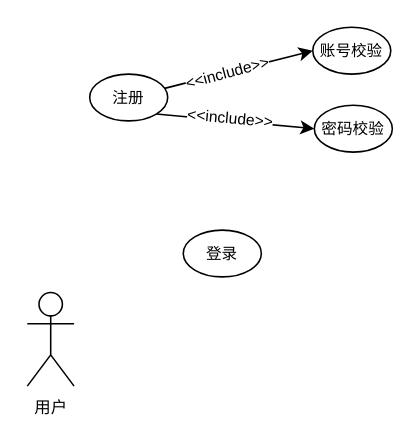
Chentx1243/draw.io keeps this draw.io diagram as 未命名绘图.drawio. Above is the earlier version. Source tidied: cells renumbered, new cells numbered last; positions are measured from the earlier drawing's top-left corner, leaving out a move shared by most shapes. Both pictures are drawn from the tidied source at 156%, with x=0, y=0 at pixel (27, 27).
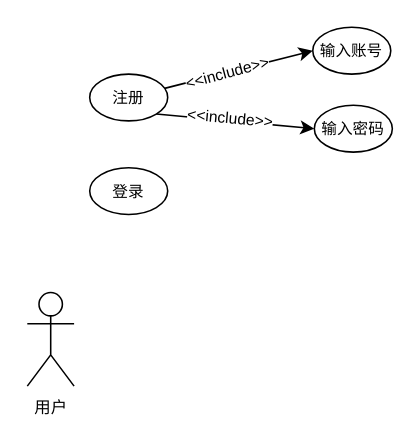
The same diagram, later.

Commit message (it also covers changes not shown here):
更新未命名绘图.drawio

Change to the diagram source:
```diff
@@
 <mxGraphModel>
   <root>
     <mxCell id="0" />
     <mxCell id="1" parent="0" />
     <mxCell id="2" value="&lt;font face=&quot;宋体&quot; style=&quot;font-size: 10.5px;&quot;&gt;用户&lt;/font&gt;" style="shape=umlActor;verticalLabelPosition=bottom;verticalAlign=top;html=1;" parent="1" vertex="1">
       <mxGeometry y="170" width="30" height="60" as="geometry" />
     </mxCell>
     <mxCell id="3" value="&lt;font face=&quot;宋体&quot; style=&quot;font-size: 10px;&quot;&gt;登录&lt;/font&gt;" style="ellipse;whiteSpace=wrap;html=1;" parent="1" vertex="1">
-      <mxGeometry x="100" y="130" width="50" height="30" as="geometry" />
+      <mxGeometry x="40" y="90" width="50" height="30" as="geometry" />
     </mxCell>
     <mxCell id="4" style="rounded=0;jettySize=auto;html=1;entryX=0;entryY=0.5;entryDx=0;entryDy=0;" parent="1" edge="1" source="8" target="9">
       <mxGeometry relative="1" as="geometry" />
     </mxCell>
     <mxCell id="5" value="&lt;font style=&quot;font-size: 10px;&quot; face=&quot;宋体&quot;&gt;&amp;lt;&amp;lt;include&amp;gt;&amp;gt;&lt;/font&gt;" style="edgeLabel;html=1;align=center;verticalAlign=middle;rotation=-15;" parent="4" vertex="1">
       <mxGeometry x="-0.18" y="1" relative="1" as="geometry">
         <mxPoint x="1" as="offset" />
       </mxGeometry>
     </mxCell>
     <mxCell id="6" style="rounded=0;jettySize=auto;html=1;exitX=1;exitY=1;exitDx=0;exitDy=0;entryX=0;entryY=0.5;entryDx=0;entryDy=0;" parent="1" edge="1" source="8" target="10">
       <mxGeometry relative="1" as="geometry" />
     </mxCell>
     <mxCell id="7" value="&lt;span style=&quot;font-family: 宋体; font-size: 10px;&quot;&gt;&amp;lt;&amp;lt;include&amp;gt;&amp;gt;&lt;/span&gt;" style="edgeLabel;html=1;align=center;verticalAlign=middle;rotation=5;" parent="6" vertex="1">
       <mxGeometry x="-0.07" y="2" relative="1" as="geometry" />
     </mxCell>
     <mxCell id="8" value="&lt;font face=&quot;宋体&quot;&gt;&lt;span style=&quot;font-size: 10px;&quot;&gt;注册&lt;/span&gt;&lt;/font&gt;" style="ellipse;whiteSpace=wrap;html=1;" parent="1" vertex="1">
       <mxGeometry x="40" y="30" width="50" height="30" as="geometry" />
     </mxCell>
-    <mxCell id="9" value="&lt;font face=&quot;宋体&quot;&gt;&lt;span style=&quot;font-size: 10px;&quot;&gt;账号校验&lt;/span&gt;&lt;/font&gt;" style="ellipse;whiteSpace=wrap;html=1;" parent="1" vertex="1">
+    <mxCell id="9" value="&lt;font face=&quot;宋体&quot;&gt;&lt;span style=&quot;font-size: 10px;&quot;&gt;输入账号&lt;/span&gt;&lt;/font&gt;" style="ellipse;whiteSpace=wrap;html=1;" parent="1" vertex="1">
       <mxGeometry x="183" width="50" height="30" as="geometry" />
     </mxCell>
-    <mxCell id="10" value="&lt;font face=&quot;宋体&quot; style=&quot;font-size: 10px;&quot;&gt;密码校验&lt;/font&gt;" style="ellipse;whiteSpace=wrap;html=1;" parent="1" vertex="1">
+    <mxCell id="10" value="&lt;font face=&quot;宋体&quot; style=&quot;font-size: 10px;&quot;&gt;输入密码&lt;/font&gt;" style="ellipse;whiteSpace=wrap;html=1;" parent="1" vertex="1">
       <mxGeometry x="184" y="50" width="50" height="30" as="geometry" />
     </mxCell>
   </root>
 </mxGraphModel>
```
